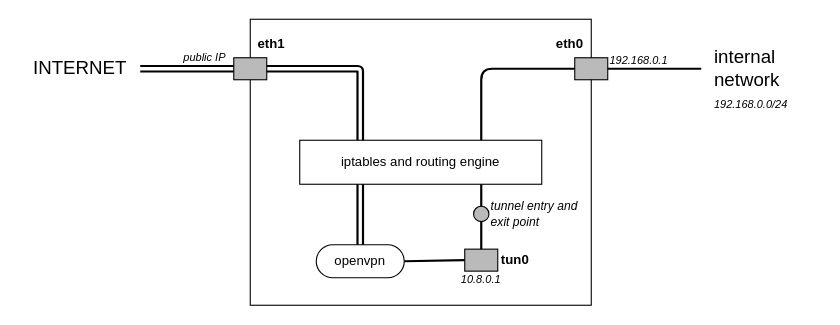
Earlier version of the draw.io diagram page "Page-2" (2 of 5) of images/openvpn_tun_interface.drawio (ilsergente1993/MasterThesis). Source tidied: cells renumbered, new cells numbered last; positions are measured from the earlier drawing's top-left corner, leaving out a move shared by most shapes. Both pictures are drawn from the tidied source at 110%, with x=0, y=0 at pixel (19, 19).
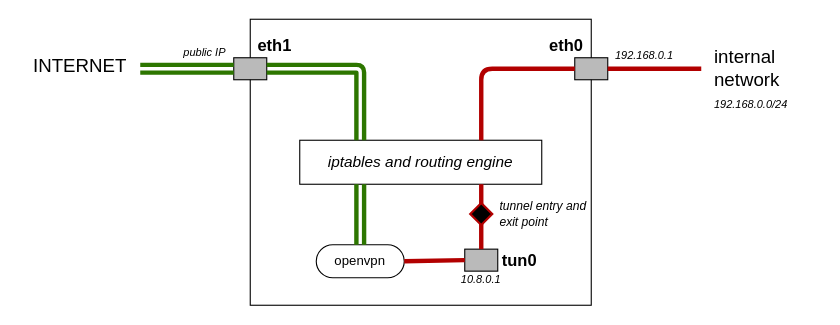
The same diagram, later.

The change refers to these unchanged cells:
```xml
<mxCell id="4" style="rounded=0;whiteSpace=wrap;html=1;fillColor=#BABABA;fontSize=12;align=right;" parent="1" vertex="1">
  <mxGeometry x="195" y="35" width="30" height="20" as="geometry" />
</mxCell>
<mxCell id="5" style="rounded=0;whiteSpace=wrap;html=1;fillColor=#BABABA;fontSize=12;align=right;" parent="1" vertex="1">
  <mxGeometry x="505" y="35" width="30" height="20" as="geometry" />
</mxCell>
<mxCell id="8" value="&lt;span style=&quot;white-space: normal&quot;&gt;openvpn&lt;/span&gt;" style="rounded=1;whiteSpace=wrap;html=1;fontSize=12;align=center;arcSize=50;" parent="1" vertex="1">
  <mxGeometry x="270" y="205" width="80" height="30" as="geometry" />
</mxCell>
<mxCell id="9" style="rounded=0;whiteSpace=wrap;html=1;fillColor=#BABABA;fontSize=12;align=right;" parent="1" vertex="1">
  <mxGeometry x="405" y="209" width="30" height="20" as="geometry" />
</mxCell>
```

The edit, as a diff of the source:
```diff
@@
-    <mxCell id="3" value="iptables and routing engine" style="rounded=0;whiteSpace=wrap;html=1;fontSize=12;align=center;" parent="1" vertex="1">
+    <mxCell id="3" value="iptables and routing engine" style="rounded=0;whiteSpace=wrap;html=1;fontSize=14;align=center;fontStyle=2;" parent="1" vertex="1">
       <mxGeometry x="255" y="110" width="220" height="40" as="geometry" />
     </mxCell>
@@
-    <mxCell id="6" value="eth1" style="text;html=1;strokeColor=none;fillColor=none;align=left;verticalAlign=middle;whiteSpace=wrap;rounded=0;fontSize=12;fontStyle=1;" parent="1" vertex="1">
+    <mxCell id="6" value="eth1" style="text;html=1;strokeColor=none;fillColor=none;align=left;verticalAlign=middle;whiteSpace=wrap;rounded=0;fontSize=15;fontStyle=1;" parent="1" vertex="1">
       <mxGeometry x="215" y="13" width="40" height="20" as="geometry" />
     </mxCell>
-    <mxCell id="7" value="eth0" style="text;html=1;strokeColor=none;fillColor=none;align=right;verticalAlign=middle;whiteSpace=wrap;rounded=0;fontSize=12;fontStyle=1;" parent="1" vertex="1">
+    <mxCell id="7" value="eth0" style="text;html=1;strokeColor=none;fillColor=none;align=right;verticalAlign=middle;whiteSpace=wrap;rounded=0;fontSize=15;fontStyle=1;" parent="1" vertex="1">
       <mxGeometry x="475" y="13" width="40" height="20" as="geometry" />
     </mxCell>
@@
-    <mxCell id="10" value="tun0" style="text;html=1;strokeColor=none;fillColor=none;align=center;verticalAlign=middle;whiteSpace=wrap;rounded=0;fontSize=12;fontStyle=1;" parent="1" vertex="1">
-      <mxGeometry x="431" y="214" width="40" height="10" as="geometry" />
+    <mxCell id="10" value="tun0" style="text;html=1;strokeColor=none;fillColor=none;align=center;verticalAlign=middle;whiteSpace=wrap;rounded=0;fontSize=15;fontStyle=1;" parent="1" vertex="1">
+      <mxGeometry x="435" y="214" width="40" height="10" as="geometry" />
     </mxCell>
-    <mxCell id="11" style="shape=link;html=1;strokeWidth=2;fontSize=12;entryX=0.25;entryY=1;entryDx=0;entryDy=0;exitX=0.5;exitY=0;exitDx=0;exitDy=0;" parent="1" edge="1" source="8" target="3">
+    <mxCell id="11" style="shape=link;html=1;strokeWidth=4;fontSize=12;entryX=0.25;entryY=1;entryDx=0;entryDy=0;exitX=0.5;exitY=0;exitDx=0;exitDy=0;fillColor=#60a917;strokeColor=#2D7600;" parent="1" edge="1" source="8" target="3">
       <mxGeometry relative="1" as="geometry" />
     </mxCell>
-    <mxCell id="12" style="endArrow=none;html=1;strokeWidth=2;fontSize=12;exitX=1;exitY=0.5;exitDx=0;exitDy=0;entryX=0;entryY=0.5;entryDx=0;entryDy=0;" parent="1" edge="1" source="8" target="9">
+    <mxCell id="12" style="endArrow=none;html=1;strokeWidth=4;fontSize=12;exitX=1;exitY=0.5;exitDx=0;exitDy=0;entryX=0;entryY=0.5;entryDx=0;entryDy=0;fillColor=#e51400;strokeColor=#B20000;" parent="1" edge="1" source="8" target="9">
       <mxGeometry relative="1" as="geometry" />
     </mxCell>
-    <mxCell id="13" style="endArrow=none;html=1;strokeWidth=2;fontSize=12;entryX=0.5;entryY=0;entryDx=0;entryDy=0;" parent="1" edge="1" source="25" target="9">
-      <mxGeometry relative="1" as="geometry" />
+    <mxCell id="13" style="endArrow=none;html=1;strokeWidth=4;fontSize=12;entryX=0.5;entryY=0;entryDx=0;entryDy=0;fillColor=#e51400;strokeColor=#B20000;" parent="1" edge="1" target="9">
+      <mxGeometry relative="1" as="geometry">
+        <mxPoint x="420" y="184" as="sourcePoint" />
+      </mxGeometry>
     </mxCell>
-    <mxCell id="14" style="endArrow=none;html=1;strokeWidth=2;fontSize=12;exitX=0;exitY=0.5;exitDx=0;exitDy=0;entryX=0.75;entryY=0;entryDx=0;entryDy=0;rounded=1;" parent="1" edge="1" source="5" target="3">
+    <mxCell id="14" style="endArrow=none;html=1;strokeWidth=4;fontSize=12;exitX=0;exitY=0.5;exitDx=0;exitDy=0;entryX=0.75;entryY=0;entryDx=0;entryDy=0;rounded=1;fillColor=#e51400;strokeColor=#B20000;" parent="1" edge="1" source="5" target="3">
       <mxGeometry relative="1" as="geometry">
         <Array as="points">
           <mxPoint x="420" y="45" />
         </Array>
       </mxGeometry>
     </mxCell>
-    <mxCell id="15" style="endArrow=none;html=1;strokeWidth=2;fontSize=12;exitX=0.25;exitY=0;exitDx=0;exitDy=0;entryX=1;entryY=0.5;entryDx=0;entryDy=0;curved=1;shape=link;" parent="1" edge="1" source="3" target="4">
+    <mxCell id="15" style="endArrow=none;html=1;strokeWidth=4;fontSize=12;exitX=0.25;exitY=0;exitDx=0;exitDy=0;entryX=1;entryY=0.5;entryDx=0;entryDy=0;curved=1;shape=link;fillColor=#60a917;strokeColor=#2D7600;" parent="1" edge="1" source="3" target="4">
       <mxGeometry relative="1" as="geometry">
         <Array as="points">
           <mxPoint x="310" y="45" />
         </Array>
       </mxGeometry>
     </mxCell>
-    <mxCell id="16" style="shape=link;html=1;strokeWidth=2;fontSize=12;entryX=0;entryY=0.5;entryDx=0;entryDy=0;" parent="1" edge="1" target="4">
+    <mxCell id="16" style="shape=link;html=1;strokeWidth=4;fontSize=12;entryX=0;entryY=0.5;entryDx=0;entryDy=0;fillColor=#60a917;strokeColor=#2D7600;" parent="1" edge="1" target="4">
       <mxGeometry relative="1" as="geometry">
         <mxPoint x="110" y="45" as="sourcePoint" />
       </mxGeometry>
     </mxCell>
-    <mxCell id="17" style="endArrow=none;html=1;strokeWidth=2;fontSize=12;exitX=1;exitY=0.5;exitDx=0;exitDy=0;" parent="1" edge="1" source="5">
+    <mxCell id="17" style="endArrow=none;html=1;strokeWidth=4;fontSize=12;exitX=1;exitY=0.5;exitDx=0;exitDy=0;fillColor=#e51400;strokeColor=#B20000;" parent="1" edge="1" source="5">
       <mxGeometry relative="1" as="geometry">
         <mxPoint x="620" y="45" as="targetPoint" />
       </mxGeometry>
     </mxCell>
     <mxCell id="18" value="INTERNET" style="text;html=1;strokeColor=none;fillColor=none;align=right;verticalAlign=middle;whiteSpace=wrap;rounded=0;fontSize=17;" parent="1" vertex="1">
-      <mxGeometry y="20" width="100" height="50" as="geometry" />
+      <mxGeometry y="18" width="100" height="50" as="geometry" />
     </mxCell>
@@
     <mxCell id="20" value="192.168.0.1" style="text;html=1;strokeColor=none;fillColor=none;align=left;verticalAlign=middle;whiteSpace=wrap;rounded=0;fontSize=10;fontStyle=2;" parent="1" vertex="1">
-      <mxGeometry x="535" y="30" width="70" height="13" as="geometry" />
+      <mxGeometry x="540" y="26.5" width="70" height="13" as="geometry" />
     </mxCell>
@@
     <mxCell id="22" value="public IP" style="text;html=1;strokeColor=none;fillColor=none;align=right;verticalAlign=middle;whiteSpace=wrap;rounded=0;fontSize=10;fontStyle=2;" parent="1" vertex="1">
-      <mxGeometry x="120" y="27" width="70" height="13" as="geometry" />
+      <mxGeometry x="120" y="23.5" width="70" height="13" as="geometry" />
     </mxCell>
@@
-    <mxCell id="24" style="endArrow=none;html=1;strokeWidth=2;fontSize=12;exitX=0.75;exitY=1;exitDx=0;exitDy=0;entryX=0.5;entryY=0;entryDx=0;entryDy=0;" parent="1" edge="1" source="3" target="25">
-      <mxGeometry relative="1" as="geometry" />
+    <mxCell id="24" style="endArrow=none;html=1;strokeWidth=4;fontSize=12;exitX=0.75;exitY=1;exitDx=0;exitDy=0;entryX=0.5;entryY=0;entryDx=0;entryDy=0;fillColor=#e51400;strokeColor=#B20000;" parent="1" edge="1" source="3">
+      <mxGeometry relative="1" as="geometry">
+        <mxPoint x="420" y="170" as="targetPoint" />
+      </mxGeometry>
     </mxCell>
-    <mxCell id="25" style="ellipse;whiteSpace=wrap;html=1;fillColor=#BABABA;fontSize=10;align=center;" parent="1" vertex="1">
-      <mxGeometry x="413" y="170" width="14" height="14" as="geometry" />
-    </mxCell>
     <mxCell id="26" value="tunnel entry and exit point" style="text;html=1;strokeColor=none;fillColor=none;align=left;verticalAlign=middle;whiteSpace=wrap;rounded=0;fontSize=11;fontStyle=2;" parent="1" vertex="1">
-      <mxGeometry x="427" y="157" width="90" height="40" as="geometry" />
+      <mxGeometry x="435" y="157" width="90" height="40" as="geometry" />
     </mxCell>
+    <mxCell id="27" style="rhombus;whiteSpace=wrap;html=1;strokeWidth=2;fontSize=15;align=center;fillColor=#000000;strokeColor=#B20000;fontColor=#ffffff;" parent="1" vertex="1">
+      <mxGeometry x="410" y="167" width="20" height="20" as="geometry" />
+    </mxCell>
```
